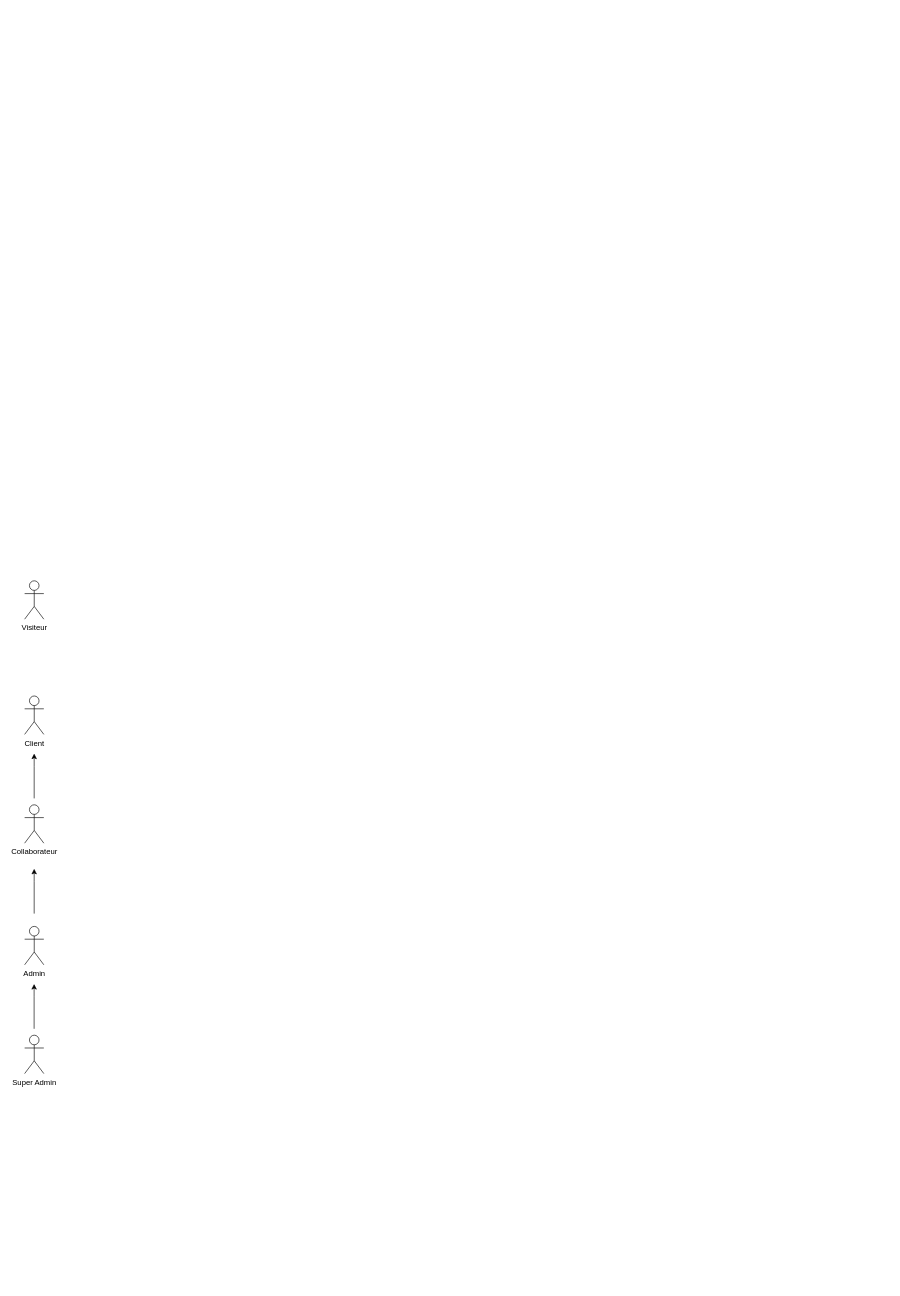
The draw.io diagram useCaseDiagGlobale.drawio in mbaananou/diagramsPipelette, before the edit. Source tidied: cells renumbered, new cells numbered last; positions are measured from the earlier drawing's top-left corner, leaving out a move shared by most shapes. Both pictures are drawn from the tidied source at 64%, with x=0, y=0 at pixel (24, 580).
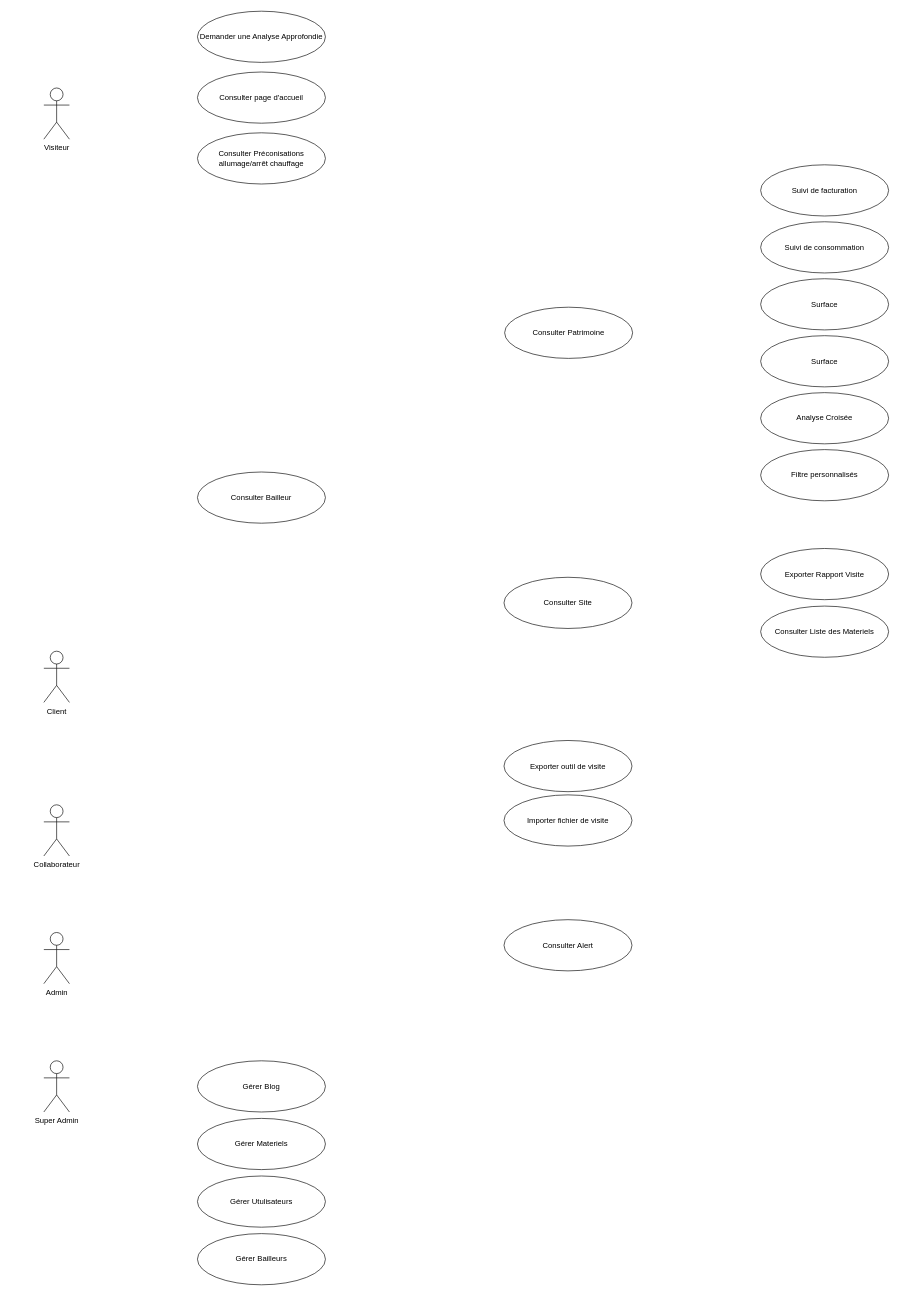
Above is the later version.

The edit, as a diff of the source:
```diff
@@
     <mxCell id="2" value="Super Admin" style="shape=umlActor;verticalLabelPosition=bottom;verticalAlign=top;html=1;" parent="1" vertex="1">
-      <mxGeometry y="710" width="30" height="60" as="geometry" />
+      <mxGeometry x="30" y="750" width="40" height="80" as="geometry" />
     </mxCell>
     <mxCell id="3" value="Admin" style="shape=umlActor;verticalLabelPosition=bottom;verticalAlign=top;html=1;" parent="1" vertex="1">
-      <mxGeometry y="540" width="30" height="60" as="geometry" />
+      <mxGeometry x="30" y="549.5" width="40" height="80" as="geometry" />
     </mxCell>
     <mxCell id="4" value="Collaborateur&lt;div&gt;&lt;br&gt;&lt;/div&gt;" style="shape=umlActor;verticalLabelPosition=bottom;verticalAlign=top;html=1;" parent="1" vertex="1">
-      <mxGeometry y="350" width="30" height="60" as="geometry" />
+      <mxGeometry x="30" y="350" width="40" height="80" as="geometry" />
     </mxCell>
     <mxCell id="5" value="&lt;div&gt;Client&lt;/div&gt;" style="shape=umlActor;verticalLabelPosition=bottom;verticalAlign=top;html=1;" parent="1" vertex="1">
-      <mxGeometry y="180" width="30" height="60" as="geometry" />
+      <mxGeometry x="30" y="110" width="40" height="80" as="geometry" />
     </mxCell>
     <mxCell id="6" value="&lt;div&gt;Visiteur&lt;/div&gt;" style="shape=umlActor;verticalLabelPosition=bottom;verticalAlign=top;html=1;" parent="1" vertex="1">
-      <mxGeometry width="30" height="60" as="geometry" />
+      <mxGeometry x="30" y="-770" width="40" height="80" as="geometry" />
     </mxCell>
-    <mxCell id="7" style="edgeStyle=orthogonalEdgeStyle;rounded=0;orthogonalLoop=1;jettySize=auto;html=1;" parent="1" edge="1">
-      <mxGeometry relative="1" as="geometry">
-        <mxPoint x="14.9" y="520" as="sourcePoint" />
-        <mxPoint x="14.9" y="450" as="targetPoint" />
-        <Array as="points">
-          <mxPoint x="14.9" y="470" />
-          <mxPoint x="14.9" y="470" />
-        </Array>
-      </mxGeometry>
-    </mxCell>
-    <mxCell id="8" style="edgeStyle=orthogonalEdgeStyle;rounded=0;orthogonalLoop=1;jettySize=auto;html=1;" parent="1" edge="1">
-      <mxGeometry relative="1" as="geometry">
-        <mxPoint x="14.9" y="340" as="sourcePoint" />
-        <mxPoint x="14.9" y="270" as="targetPoint" />
-        <Array as="points">
-          <mxPoint x="14.9" y="290" />
-          <mxPoint x="14.9" y="290" />
-        </Array>
-      </mxGeometry>
-    </mxCell>
-    <mxCell id="9" style="edgeStyle=orthogonalEdgeStyle;rounded=0;orthogonalLoop=1;jettySize=auto;html=1;" parent="1" edge="1">
-      <mxGeometry relative="1" as="geometry">
-        <mxPoint x="14.8" y="700" as="sourcePoint" />
-        <mxPoint x="14.8" y="630" as="targetPoint" />
-        <Array as="points">
-          <mxPoint x="14.8" y="650" />
-          <mxPoint x="14.8" y="650" />
-        </Array>
-      </mxGeometry>
-    </mxCell>
+    <mxCell id="10" value="Consulter Bailleur" style="ellipse;whiteSpace=wrap;html=1;" parent="1" vertex="1">
+      <mxGeometry x="270" y="-170" width="200" height="80" as="geometry" />
+    </mxCell>
+    <mxCell id="11" value="Consulter Site" style="ellipse;whiteSpace=wrap;html=1;" parent="1" vertex="1">
+      <mxGeometry x="749" y="-5.5" width="200" height="80" as="geometry" />
+    </mxCell>
+    <mxCell id="12" value="Consulter Patrimoine" style="ellipse;whiteSpace=wrap;html=1;" parent="1" vertex="1">
+      <mxGeometry x="750" y="-427.5" width="200" height="80" as="geometry" />
+    </mxCell>
+    <mxCell id="13" style="group;" parent="1" vertex="1">
+      <mxGeometry x="1150" y="-650" width="200" height="525" as="geometry" />
+    </mxCell>
+    <mxCell id="14" value="Suivi de facturation" style="ellipse;whiteSpace=wrap;html=1;flipV=0;" parent="13" vertex="1">
+      <mxGeometry width="200" height="80" as="geometry" />
+    </mxCell>
+    <mxCell id="15" value="Suivi de consomm&lt;span style=&quot;background-color: initial;&quot;&gt;ation&lt;/span&gt;" style="ellipse;whiteSpace=wrap;html=1;flipV=0;" parent="13" vertex="1">
+      <mxGeometry y="89" width="200" height="80" as="geometry" />
+    </mxCell>
+    <mxCell id="16" value="Surface" style="ellipse;whiteSpace=wrap;html=1;flipV=0;" parent="13" vertex="1">
+      <mxGeometry y="178" width="200" height="80" as="geometry" />
+    </mxCell>
+    <mxCell id="17" value="Surface" style="ellipse;whiteSpace=wrap;html=1;flipV=0;" parent="13" vertex="1">
+      <mxGeometry y="267" width="200" height="80" as="geometry" />
+    </mxCell>
+    <mxCell id="18" value="Analyse Croisée" style="ellipse;whiteSpace=wrap;html=1;flipV=0;" parent="13" vertex="1">
+      <mxGeometry y="356" width="200" height="80" as="geometry" />
+    </mxCell>
+    <mxCell id="19" value="Filtre personnalisés" style="ellipse;whiteSpace=wrap;html=1;flipV=0;" parent="13" vertex="1">
+      <mxGeometry y="445" width="200" height="80" as="geometry" />
+    </mxCell>
+    <mxCell id="20" style="group;" parent="1" vertex="1">
+      <mxGeometry x="1150" y="-50.5" width="200" height="170" as="geometry" />
+    </mxCell>
+    <mxCell id="21" value="Exporter Rapport Visite" style="ellipse;whiteSpace=wrap;html=1;" parent="20" vertex="1">
+      <mxGeometry width="200" height="80" as="geometry" />
+    </mxCell>
+    <mxCell id="22" value="Consulter Liste des Materiels" style="ellipse;whiteSpace=wrap;html=1;" parent="20" vertex="1">
+      <mxGeometry y="90" width="200" height="80" as="geometry" />
+    </mxCell>
+    <mxCell id="23" style="group;" parent="1" vertex="1">
+      <mxGeometry x="749" y="249.5" width="200" height="165" as="geometry" />
+    </mxCell>
+    <mxCell id="24" value="Exporter outil de visite" style="ellipse;whiteSpace=wrap;html=1;" parent="23" vertex="1">
+      <mxGeometry width="200" height="80" as="geometry" />
+    </mxCell>
+    <mxCell id="25" value="Importer fichier de visite" style="ellipse;whiteSpace=wrap;html=1;" parent="23" vertex="1">
+      <mxGeometry y="85" width="200" height="80" as="geometry" />
+    </mxCell>
+    <mxCell id="26" value="Consulter Alert" style="ellipse;whiteSpace=wrap;html=1;" parent="1" vertex="1">
+      <mxGeometry x="749" y="529.5" width="200" height="80" as="geometry" />
+    </mxCell>
+    <mxCell id="27" style="group;" parent="1" vertex="1">
+      <mxGeometry x="270" y="-890" width="200" height="270" as="geometry" />
+    </mxCell>
+    <mxCell id="28" value="Demander une Analyse Approfondie" style="ellipse;whiteSpace=wrap;html=1;" parent="27" vertex="1">
+      <mxGeometry width="200" height="80" as="geometry" />
+    </mxCell>
+    <mxCell id="29" value="Consulter page d'accueil" style="ellipse;whiteSpace=wrap;html=1;" parent="27" vertex="1">
+      <mxGeometry y="95" width="200" height="80" as="geometry" />
+    </mxCell>
+    <mxCell id="30" value="Consulter&amp;nbsp;Préconisations allumage/arrêt chauffage" style="ellipse;whiteSpace=wrap;html=1;" parent="27" vertex="1">
+      <mxGeometry y="190" width="200" height="80" as="geometry" />
+    </mxCell>
+    <mxCell id="31" style="group;" parent="1" vertex="1">
+      <mxGeometry x="270" y="750" width="200" height="350" as="geometry" />
+    </mxCell>
+    <mxCell id="32" value="Gérer Materiels" style="ellipse;whiteSpace=wrap;html=1;" parent="31" vertex="1">
+      <mxGeometry y="90" width="200" height="80" as="geometry" />
+    </mxCell>
+    <mxCell id="33" value="Gérer Utulisateurs" style="ellipse;whiteSpace=wrap;html=1;" parent="31" vertex="1">
+      <mxGeometry y="180" width="200" height="80" as="geometry" />
+    </mxCell>
+    <mxCell id="34" value="Gérer Bailleurs" style="ellipse;whiteSpace=wrap;html=1;" parent="31" vertex="1">
+      <mxGeometry y="270" width="200" height="80" as="geometry" />
+    </mxCell>
+    <mxCell id="35" value="Gérer Blog" style="ellipse;whiteSpace=wrap;html=1;" parent="31" vertex="1">
+      <mxGeometry width="200" height="80" as="geometry" />
+    </mxCell>
```
